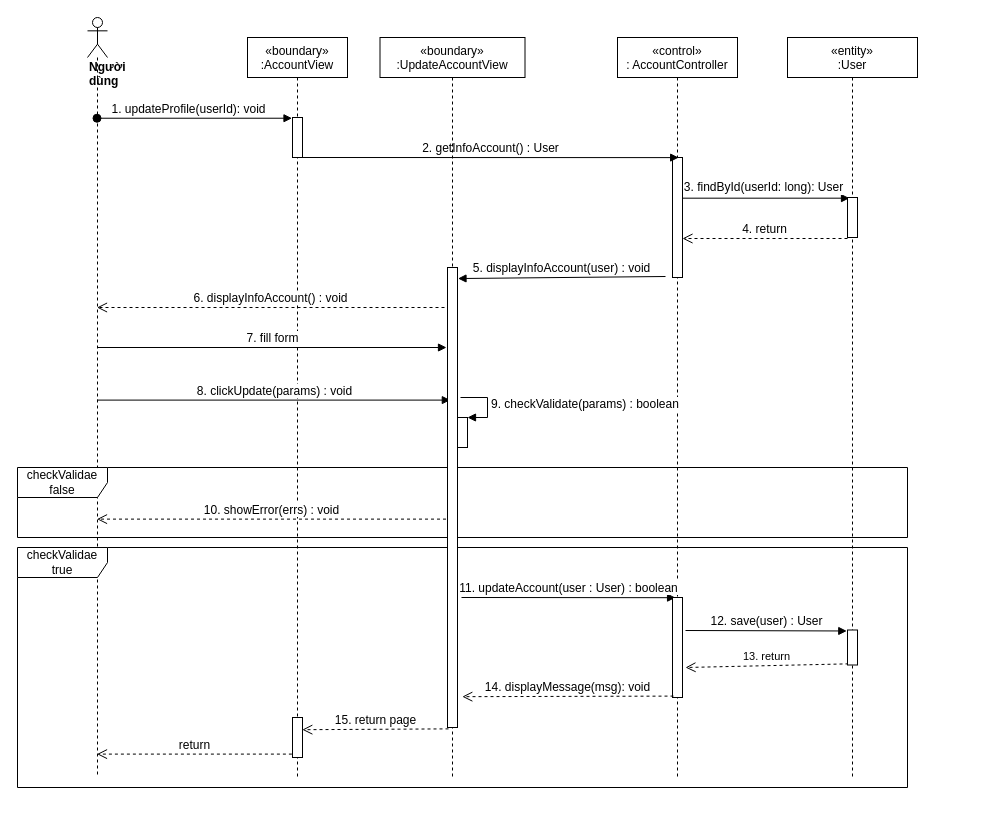
The draw.io diagram sequence diagram/updateInfoAccount.drawio in nguyenphamvan/datn_20202, before the edit. Source tidied: cells renumbered, new cells numbered last; positions are measured from the earlier drawing's top-left corner, leaving out a move shared by most shapes. Both pictures are drawn from the tidied source at 100%, with x=0, y=0 at pixel (17, 17).
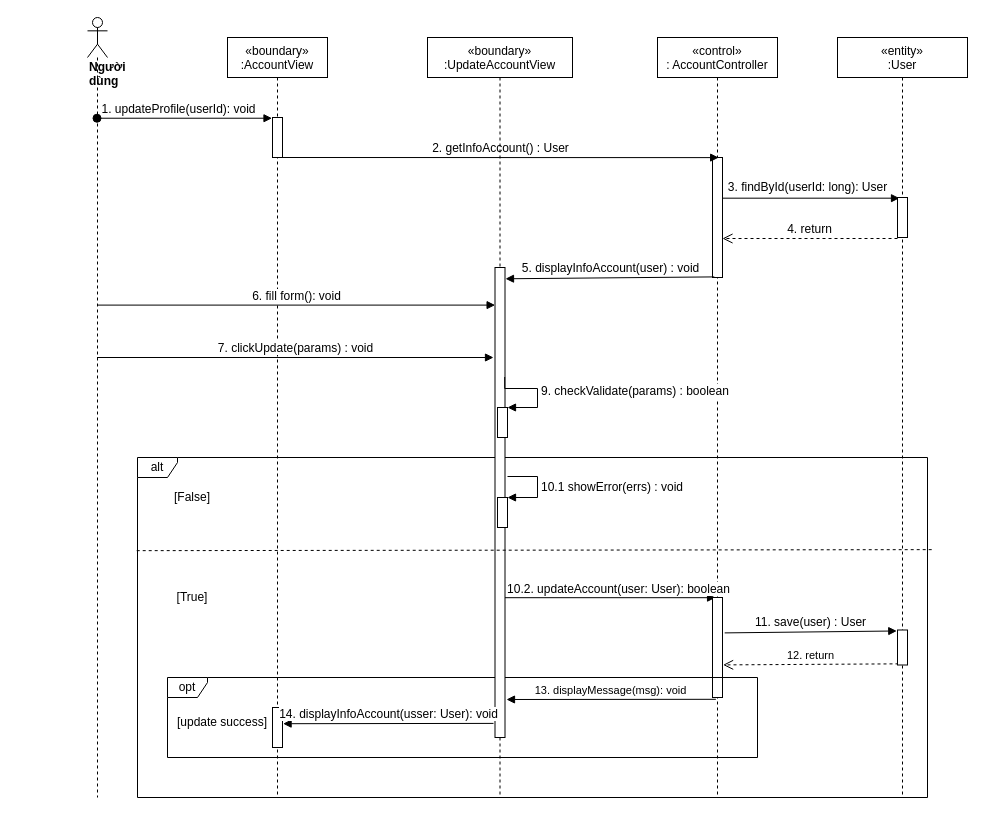
Above is the later version.

The change refers to these unchanged cells:
```xml
<mxCell id="5" style="points=[];perimeter=orthogonalPerimeter;rounded=0;shadow=0;strokeWidth=1;" parent="4" vertex="1">
  <mxGeometry x="55" y="120" width="10" height="120" as="geometry" />
</mxCell>
```

Diff of the diagram source:
```diff
@@
     <mxCell id="2" value="«boundary»&#10;:AccountView" style="shape=umlLifeline;perimeter=lifelinePerimeter;rounded=0;shadow=0;strokeWidth=1;" parent="1" vertex="1">
-      <mxGeometry x="230" y="20" width="100" height="740" as="geometry" />
+      <mxGeometry x="210" y="20" width="100" height="760" as="geometry" />
     </mxCell>
@@
     <mxCell id="4" value="«control»&#10;: AccountController" style="shape=umlLifeline;perimeter=lifelinePerimeter;rounded=0;shadow=0;strokeWidth=1;" parent="1" vertex="1">
-      <mxGeometry x="600" y="20" width="120" height="740" as="geometry" />
+      <mxGeometry x="640" y="20" width="120" height="760" as="geometry" />
     </mxCell>
@@
     <mxCell id="6" value="&lt;div&gt;&lt;b&gt;Người dùng&lt;/b&gt;&lt;/div&gt;" style="shape=umlLifeline;participant=umlActor;perimeter=lifelinePerimeter;whiteSpace=wrap;html=1;verticalAlign=top;spacingTop=36;outlineConnect=0;align=left;" parent="1" vertex="1">
-      <mxGeometry x="70" width="20" height="760" as="geometry" />
+      <mxGeometry x="70" width="20" height="780" as="geometry" />
     </mxCell>
@@
     <mxCell id="12" value="«entity»&#10;:User" style="shape=umlLifeline;perimeter=lifelinePerimeter;rounded=0;shadow=0;strokeWidth=1;" parent="1" vertex="1">
-      <mxGeometry x="770" y="20" width="130" height="740" as="geometry" />
+      <mxGeometry x="820" y="20" width="130" height="760" as="geometry" />
     </mxCell>
-    <mxCell id="13" value="&lt;font style=&quot;font-size: 12px&quot;&gt;7. fill form&lt;/font&gt;" style="html=1;verticalAlign=bottom;endArrow=block;" parent="1" edge="1" source="6">
-      <mxGeometry relative="1" as="geometry">
-        <mxPoint x="429" y="330" as="targetPoint" />
-      </mxGeometry>
+    <mxCell id="13" value="&lt;font style=&quot;font-size: 12px&quot;&gt;6. fill form(): void&lt;/font&gt;" style="html=1;verticalAlign=bottom;endArrow=block;entryX=0.01;entryY=0.08;entryDx=0;entryDy=0;entryPerimeter=0;" parent="1" edge="1" source="6" target="28">
+      <mxGeometry relative="1" as="geometry" />
     </mxCell>
-    <mxCell id="14" value="&lt;font style=&quot;font-size: 12px&quot;&gt;11. updateAccount(user : User) : boolean&lt;/font&gt;" style="html=1;verticalAlign=bottom;endArrow=block;entryX=0.307;entryY=0.002;entryDx=0;entryDy=0;entryPerimeter=0;" parent="1" edge="1" target="22">
-      <mxGeometry relative="1" as="geometry">
-        <mxPoint x="444" y="580" as="sourcePoint" />
-      </mxGeometry>
+    <mxCell id="14" value="&lt;font style=&quot;font-size: 12px&quot;&gt;10.2. updateAccount(user: User): boolean&lt;/font&gt;" style="html=1;verticalAlign=bottom;endArrow=block;entryX=0.307;entryY=0.002;entryDx=0;entryDy=0;entryPerimeter=0;" parent="1" edge="1" source="28" target="22">
+      <mxGeometry x="0.07" y="-1" relative="1" as="geometry" />
     </mxCell>
-    <mxCell id="15" value="&lt;font style=&quot;font-size: 12px&quot;&gt;12. save(user) : User&lt;/font&gt;" style="html=1;verticalAlign=bottom;endArrow=block;entryX=-0.072;entryY=0.028;entryDx=0;entryDy=0;entryPerimeter=0;" parent="1" edge="1" target="21">
-      <mxGeometry relative="1" as="geometry">
-        <mxPoint x="668" y="613" as="sourcePoint" />
-      </mxGeometry>
+    <mxCell id="15" value="&lt;font style=&quot;font-size: 12px&quot;&gt;11. save(user) : User&lt;/font&gt;" style="html=1;verticalAlign=bottom;endArrow=block;entryX=-0.072;entryY=0.028;entryDx=0;entryDy=0;entryPerimeter=0;exitX=1.22;exitY=0.354;exitDx=0;exitDy=0;exitPerimeter=0;" parent="1" edge="1" source="22" target="21">
+      <mxGeometry relative="1" as="geometry" />
     </mxCell>
-    <mxCell id="16" value="13. return" style="html=1;verticalAlign=bottom;endArrow=open;dashed=1;endSize=8;exitX=0.1;exitY=0.967;exitDx=0;exitDy=0;exitPerimeter=0;" parent="1" edge="1" source="21">
-      <mxGeometry relative="1" as="geometry">
-        <mxPoint x="668" y="650" as="targetPoint" />
-      </mxGeometry>
+    <mxCell id="16" value="12. return" style="html=1;verticalAlign=bottom;endArrow=open;dashed=1;endSize=8;exitX=0.1;exitY=0.967;exitDx=0;exitDy=0;exitPerimeter=0;entryX=1.06;entryY=0.674;entryDx=0;entryDy=0;entryPerimeter=0;" parent="1" edge="1" source="21" target="22">
+      <mxGeometry relative="1" as="geometry" />
     </mxCell>
     <mxCell id="17" style="html=1;points=[];perimeter=orthogonalPerimeter;" parent="1" vertex="1">
-      <mxGeometry x="830" y="180" width="10" height="40" as="geometry" />
+      <mxGeometry x="880" y="180" width="10" height="40" as="geometry" />
     </mxCell>
-    <mxCell id="18" value="&lt;font style=&quot;font-size: 12px&quot;&gt;8. clickUpdate(params) : void&lt;/font&gt;" style="html=1;verticalAlign=bottom;endArrow=block;entryX=0.485;entryY=0.49;entryDx=0;entryDy=0;entryPerimeter=0;" parent="1" edge="1" source="6" target="27">
-      <mxGeometry relative="1" as="geometry" />
+    <mxCell id="18" value="&lt;font style=&quot;font-size: 12px&quot;&gt;7. clickUpdate(params) : void&lt;/font&gt;" style="html=1;verticalAlign=bottom;endArrow=block;" parent="1" edge="1" source="6">
+      <mxGeometry relative="1" as="geometry">
+        <mxPoint x="476" y="340" as="targetPoint" />
+      </mxGeometry>
     </mxCell>
-    <mxCell id="19" value="&lt;font style=&quot;font-size: 12px&quot;&gt;10. showError(errs) : void&lt;/font&gt;" style="html=1;verticalAlign=bottom;endArrow=open;dashed=1;endSize=8;exitX=-0.15;exitY=0.547;exitDx=0;exitDy=0;exitPerimeter=0;" parent="1" edge="1" source="28" target="6">
-      <mxGeometry relative="1" as="geometry" />
-    </mxCell>
-    <mxCell id="20" value="checkValidae false" style="shape=umlFrame;whiteSpace=wrap;html=1;width=90;height=30;" parent="1" vertex="1">
-      <mxGeometry y="450" width="890" height="70" as="geometry" />
+    <mxCell id="20" value="alt" style="shape=umlFrame;whiteSpace=wrap;html=1;width=40;height=20;" parent="1" vertex="1">
+      <mxGeometry x="120" y="440" width="790" height="340" as="geometry" />
     </mxCell>
     <mxCell id="21" style="points=[];perimeter=orthogonalPerimeter;rounded=0;shadow=0;strokeWidth=1;" parent="1" vertex="1">
-      <mxGeometry x="830" y="612.5" width="10" height="35" as="geometry" />
+      <mxGeometry x="880" y="612.5" width="10" height="35" as="geometry" />
     </mxCell>
     <mxCell id="22" style="html=1;points=[];perimeter=orthogonalPerimeter;" parent="1" vertex="1">
-      <mxGeometry x="655" y="580" width="10" height="100" as="geometry" />
+      <mxGeometry x="695" y="580" width="10" height="100" as="geometry" />
     </mxCell>
-    <mxCell id="23" value="&lt;font style=&quot;font-size: 12px&quot;&gt;15. return page&lt;/font&gt;" style="html=1;verticalAlign=bottom;endArrow=open;dashed=1;endSize=8;exitX=0.1;exitY=1.003;exitDx=0;exitDy=0;exitPerimeter=0;entryX=0.98;entryY=0.305;entryDx=0;entryDy=0;entryPerimeter=0;" parent="1" edge="1" source="28" target="32">
-      <mxGeometry relative="1" as="geometry" />
-    </mxCell>
-    <mxCell id="24" value="&lt;font style=&quot;font-size: 12px&quot;&gt;14. displayMessage(msg): void&lt;/font&gt;" style="html=1;verticalAlign=bottom;endArrow=open;dashed=1;endSize=8;exitX=0.1;exitY=0.986;exitDx=0;exitDy=0;exitPerimeter=0;entryX=1.48;entryY=0.933;entryDx=0;entryDy=0;entryPerimeter=0;" parent="1" edge="1" source="22" target="28">
-      <mxGeometry relative="1" as="geometry" />
-    </mxCell>
-    <mxCell id="25" value="&lt;font style=&quot;font-size: 12px&quot;&gt;6. displayInfoAccount() : void&lt;/font&gt;" style="html=1;verticalAlign=bottom;endArrow=open;dashed=1;endSize=8;" parent="1" edge="1" target="6">
-      <mxGeometry relative="1" as="geometry">
-        <mxPoint x="427" y="290" as="sourcePoint" />
-      </mxGeometry>
-    </mxCell>
-    <mxCell id="26" value="checkValidae true" style="shape=umlFrame;whiteSpace=wrap;html=1;width=90;height=30;" parent="1" vertex="1">
-      <mxGeometry y="530" width="890" height="240" as="geometry" />
+    <mxCell id="26" value="opt" style="shape=umlFrame;whiteSpace=wrap;html=1;width=40;height=20;" parent="1" vertex="1">
+      <mxGeometry x="150" y="660" width="590" height="80" as="geometry" />
     </mxCell>
     <mxCell id="27" value="«boundary»&#10;:UpdateAccountView" style="shape=umlLifeline;perimeter=lifelinePerimeter;rounded=0;shadow=0;strokeWidth=1;" parent="1" vertex="1">
-      <mxGeometry x="362.5" y="20" width="145" height="740" as="geometry" />
+      <mxGeometry x="410" y="20" width="145" height="760" as="geometry" />
     </mxCell>
     <mxCell id="28" style="html=1;points=[];perimeter=orthogonalPerimeter;" parent="27" vertex="1">
-      <mxGeometry x="67.5" y="230" width="10" height="460" as="geometry" />
+      <mxGeometry x="67.5" y="230" width="10" height="470" as="geometry" />
     </mxCell>
-    <mxCell id="29" value="&lt;font style=&quot;font-size: 12px&quot;&gt;5. displayInfoAccount(user) : void&lt;/font&gt;" style="html=1;verticalAlign=bottom;endArrow=block;entryX=1.05;entryY=0.024;entryDx=0;entryDy=0;entryPerimeter=0;" parent="1" edge="1" target="28">
-      <mxGeometry relative="1" as="geometry">
-        <mxPoint x="648" y="259" as="sourcePoint" />
-      </mxGeometry>
+    <mxCell id="29" value="&lt;font style=&quot;font-size: 12px&quot;&gt;5. displayInfoAccount(user) : void&lt;/font&gt;" style="html=1;verticalAlign=bottom;endArrow=block;entryX=1.05;entryY=0.024;entryDx=0;entryDy=0;entryPerimeter=0;exitX=0.18;exitY=0.995;exitDx=0;exitDy=0;exitPerimeter=0;" parent="1" edge="1" source="5" target="28">
+      <mxGeometry relative="1" as="geometry" />
     </mxCell>
     <mxCell id="30" style="html=1;points=[];perimeter=orthogonalPerimeter;" parent="1" vertex="1">
-      <mxGeometry x="440" y="400" width="10" height="30" as="geometry" />
+      <mxGeometry x="480" y="390" width="10" height="30" as="geometry" />
     </mxCell>
-    <mxCell id="31" value="&lt;font style=&quot;font-size: 12px&quot;&gt;9. checkValidate(params) : boolean&lt;/font&gt;" style="edgeStyle=orthogonalEdgeStyle;html=1;align=left;spacingLeft=2;endArrow=block;rounded=0;entryX=1;entryY=0;" parent="1" edge="1" target="30">
+    <mxCell id="31" value="&lt;font style=&quot;font-size: 12px&quot;&gt;9. checkValidate(params) : boolean&lt;/font&gt;" style="edgeStyle=orthogonalEdgeStyle;html=1;align=left;spacingLeft=2;endArrow=block;rounded=0;entryX=1;entryY=0;exitX=0.97;exitY=0.233;exitDx=0;exitDy=0;exitPerimeter=0;" parent="1" edge="1" source="28" target="30">
       <mxGeometry relative="1" as="geometry">
-        <mxPoint x="443" y="380" as="sourcePoint" />
         <Array as="points">
-          <mxPoint x="443" y="380" />
-          <mxPoint x="470" y="380" />
-          <mxPoint x="470" y="400" />
+          <mxPoint x="520" y="371" />
+          <mxPoint x="520" y="390" />
         </Array>
       </mxGeometry>
     </mxCell>
     <mxCell id="32" style="html=1;points=[];perimeter=orthogonalPerimeter;" parent="1" vertex="1">
-      <mxGeometry x="275" y="700" width="10" height="40" as="geometry" />
+      <mxGeometry x="255" y="690" width="10" height="40" as="geometry" />
     </mxCell>
-    <mxCell id="33" value="return" style="html=1;verticalAlign=bottom;endArrow=open;dashed=1;endSize=8;fontSize=12;exitX=-0.06;exitY=0.915;exitDx=0;exitDy=0;exitPerimeter=0;" parent="1" edge="1" source="32" target="6">
-      <mxGeometry relative="1" as="geometry" />
-    </mxCell>
+    <mxCell id="34" style="html=1;points=[];perimeter=orthogonalPerimeter;" parent="1" vertex="1">
+      <mxGeometry x="480" y="480" width="10" height="30" as="geometry" />
+    </mxCell>
+    <mxCell id="35" value="&lt;span style=&quot;font-size: 12px ; text-align: center&quot;&gt;10.1 showError(errs) : void&lt;/span&gt;" style="edgeStyle=orthogonalEdgeStyle;html=1;align=left;spacingLeft=2;endArrow=block;rounded=0;entryX=1;entryY=0;" parent="1" edge="1" target="34">
+      <mxGeometry relative="1" as="geometry">
+        <mxPoint x="490" y="459" as="sourcePoint" />
+        <Array as="points">
+          <mxPoint x="520" y="459" />
+          <mxPoint x="520" y="480" />
+        </Array>
+      </mxGeometry>
+    </mxCell>
+    <mxCell id="23" value="&lt;span style=&quot;font-size: 12px&quot;&gt;14. displayInfoAccount(usser: User): void&lt;/span&gt;" style="html=1;verticalAlign=bottom;endArrow=block;entryX=1.06;entryY=0.405;entryDx=0;entryDy=0;entryPerimeter=0;exitX=-0.15;exitY=0.97;exitDx=0;exitDy=0;exitPerimeter=0;" parent="1" edge="1" source="28" target="32">
+      <mxGeometry relative="1" as="geometry" />
+    </mxCell>
+    <mxCell id="36" value="13. displayMessage(msg): void" style="html=1;verticalAlign=bottom;endArrow=block;exitX=0.34;exitY=1.018;exitDx=0;exitDy=0;exitPerimeter=0;" parent="1" edge="1" source="22">
+      <mxGeometry relative="1" as="geometry">
+        <mxPoint x="489" y="682" as="targetPoint" />
+      </mxGeometry>
+    </mxCell>
+    <mxCell id="37" style="endArrow=none;dashed=1;html=1;entryX=1.006;entryY=0.271;entryDx=0;entryDy=0;entryPerimeter=0;exitX=-0.001;exitY=0.274;exitDx=0;exitDy=0;exitPerimeter=0;" parent="1" edge="1" source="20" target="20">
+      <mxGeometry relative="1" as="geometry" />
+    </mxCell>
+    <mxCell id="38" value="[False]" style="text;html=1;strokeColor=none;fillColor=none;align=center;verticalAlign=middle;whiteSpace=wrap;rounded=0;" parent="1" vertex="1">
+      <mxGeometry x="155" y="470" width="40" height="20" as="geometry" />
+    </mxCell>
+    <mxCell id="39" value="[True]" style="text;html=1;strokeColor=none;fillColor=none;align=center;verticalAlign=middle;whiteSpace=wrap;rounded=0;" parent="1" vertex="1">
+      <mxGeometry x="155" y="570" width="40" height="20" as="geometry" />
+    </mxCell>
+    <mxCell id="40" value="[update success]" style="text;html=1;strokeColor=none;fillColor=none;align=center;verticalAlign=middle;whiteSpace=wrap;rounded=0;" parent="1" vertex="1">
+      <mxGeometry x="155" y="695" width="100" height="20" as="geometry" />
+    </mxCell>
```
